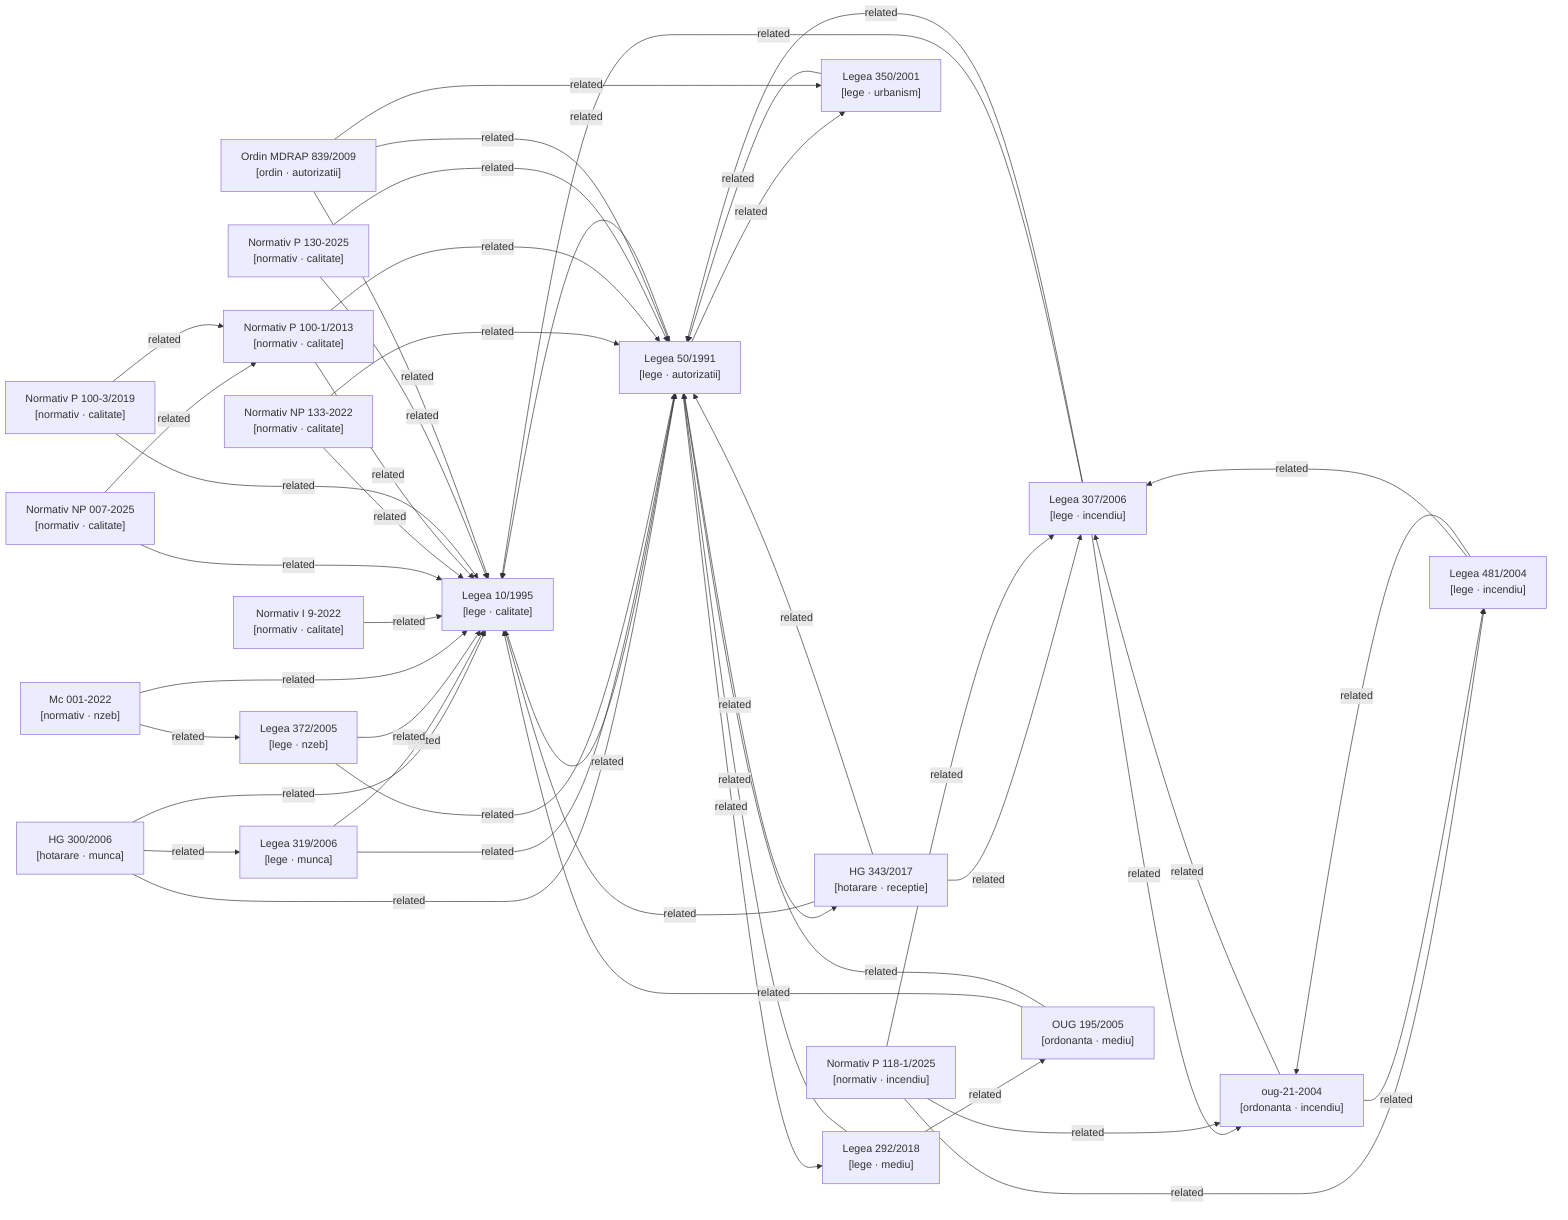
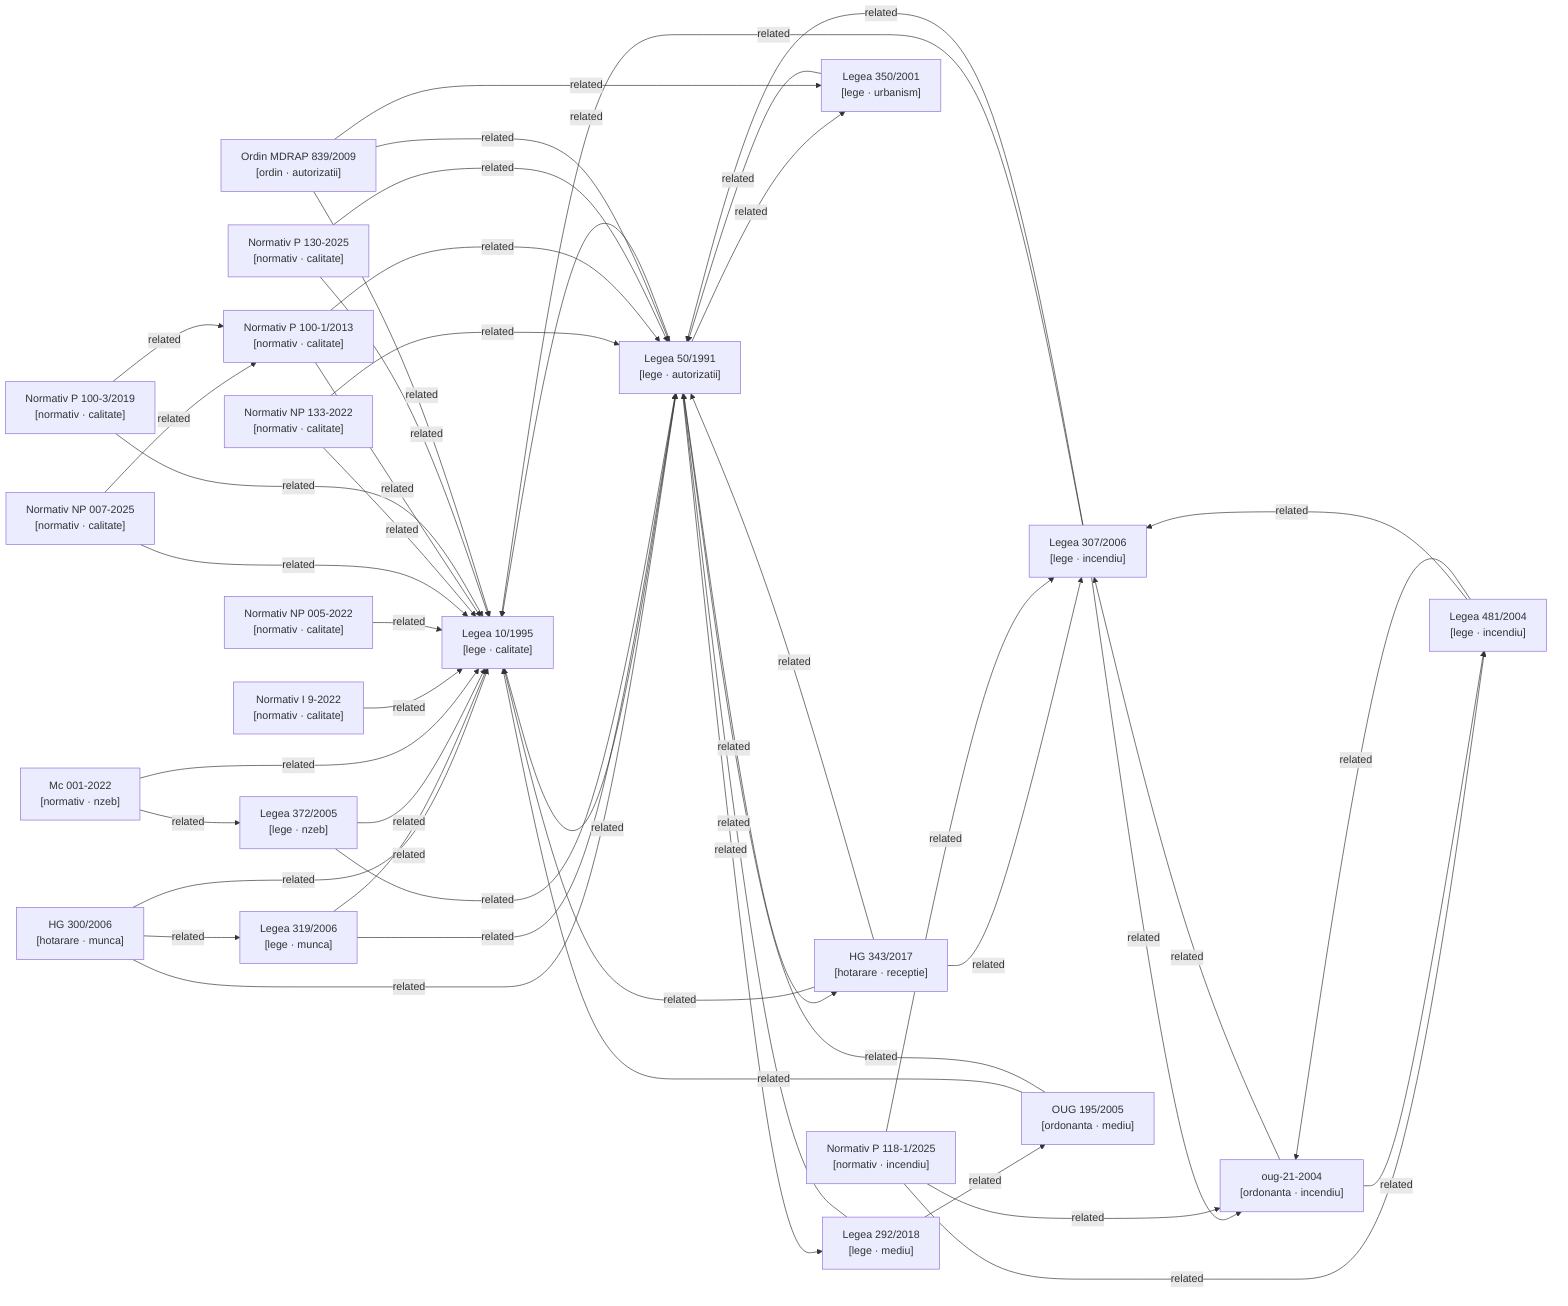
graph LR

  %% Nodes
  hg-300-2006["HG 300/2006\n[hotarare · munca]"]
  hg-343-2017["HG 343/2017\n[hotarare · receptie]"]
  lege-10-1995["Legea 10/1995\n[lege · calitate]"]
  lege-292-2018["Legea 292/2018\n[lege · mediu]"]
  lege-307-2006["Legea 307/2006\n[lege · incendiu]"]
  lege-319-2006["Legea 319/2006\n[lege · munca]"]
  lege-350-2001["Legea 350/2001\n[lege · urbanism]"]
  lege-372-2005["Legea 372/2005\n[lege · nzeb]"]
  lege-481-2004["Legea 481/2004\n[lege · incendiu]"]
  lege-50-1991["Legea 50/1991\n[lege · autorizatii]"]
  metodologie-mc001-2022["Mc 001-2022\n[normativ · nzeb]"]
  normativ-i9-2022["Normativ I 9-2022\n[normativ · calitate]"]
+   normativ-np005-2022["Normativ NP 005-2022\n[normativ · calitate]"]
  normativ-np007-2025["Normativ NP 007-2025\n[normativ · calitate]"]
  normativ-np133-2022["Normativ NP 133-2022\n[normativ · calitate]"]
  normativ-p100-1-2013["Normativ P 100-1/2013\n[normativ · calitate]"]
  normativ-p100-3-2019["Normativ P 100-3/2019\n[normativ · calitate]"]
  normativ-p118-1-2025["Normativ P 118-1/2025\n[normativ · incendiu]"]
  normativ-p130-2025["Normativ P 130-2025\n[normativ · calitate]"]
  ordin-839-2009["Ordin MDRAP 839/2009\n[ordin · autorizatii]"]
  oug-195-2005["OUG 195/2005\n[ordonanta · mediu]"]
  oug-21-2004["oug-21-2004\n[ordonanta · incendiu]"]

  %% Confirmed relationships (from metadata related_acts)
  hg-300-2006 -->|related| lege-10-1995
  hg-300-2006 -->|related| lege-319-2006
  hg-300-2006 -->|related| lege-50-1991
  hg-343-2017 -->|related| lege-10-1995
  hg-343-2017 -->|related| lege-307-2006
  hg-343-2017 -->|related| lege-50-1991
  lege-10-1995 -->|related| lege-50-1991
  lege-292-2018 -->|related| lege-50-1991
  lege-292-2018 -->|related| oug-195-2005
  lege-307-2006 -->|related| lege-10-1995
  lege-307-2006 -->|related| lege-50-1991
  lege-307-2006 -->|related| oug-21-2004
  lege-319-2006 -->|related| lege-10-1995
  lege-319-2006 -->|related| lege-50-1991
  lege-350-2001 -->|related| lege-50-1991
  lege-372-2005 -->|related| lege-10-1995
  lege-372-2005 -->|related| lege-50-1991
  lege-481-2004 -->|related| lege-307-2006
  lege-481-2004 -->|related| oug-21-2004
  lege-50-1991 -->|related| hg-343-2017
  lege-50-1991 -->|related| lege-10-1995
  lege-50-1991 -->|related| lege-292-2018
  lege-50-1991 -->|related| lege-350-2001
  metodologie-mc001-2022 -->|related| lege-10-1995
  metodologie-mc001-2022 -->|related| lege-372-2005
  normativ-i9-2022 -->|related| lege-10-1995
+   normativ-np005-2022 -->|related| lege-10-1995
  normativ-np007-2025 -->|related| lege-10-1995
  normativ-np007-2025 -->|related| normativ-p100-1-2013
  normativ-np133-2022 -->|related| lege-10-1995
  normativ-np133-2022 -->|related| lege-50-1991
  normativ-p100-1-2013 -->|related| lege-10-1995
  normativ-p100-1-2013 -->|related| lege-50-1991
  normativ-p100-3-2019 -->|related| lege-10-1995
  normativ-p100-3-2019 -->|related| normativ-p100-1-2013
  normativ-p118-1-2025 -->|related| lege-307-2006
  normativ-p118-1-2025 -->|related| lege-481-2004
  normativ-p118-1-2025 -->|related| oug-21-2004
  normativ-p130-2025 -->|related| lege-10-1995
  normativ-p130-2025 -->|related| lege-50-1991
  ordin-839-2009 -->|related| lege-10-1995
  ordin-839-2009 -->|related| lege-350-2001
  ordin-839-2009 -->|related| lege-50-1991
  oug-195-2005 -->|related| lege-10-1995
  oug-195-2005 -->|related| lege-50-1991
  oug-21-2004 -->|related| lege-307-2006
  oug-21-2004 -->|related| lege-481-2004

  %% Auto-detected relationships (needs_review)
